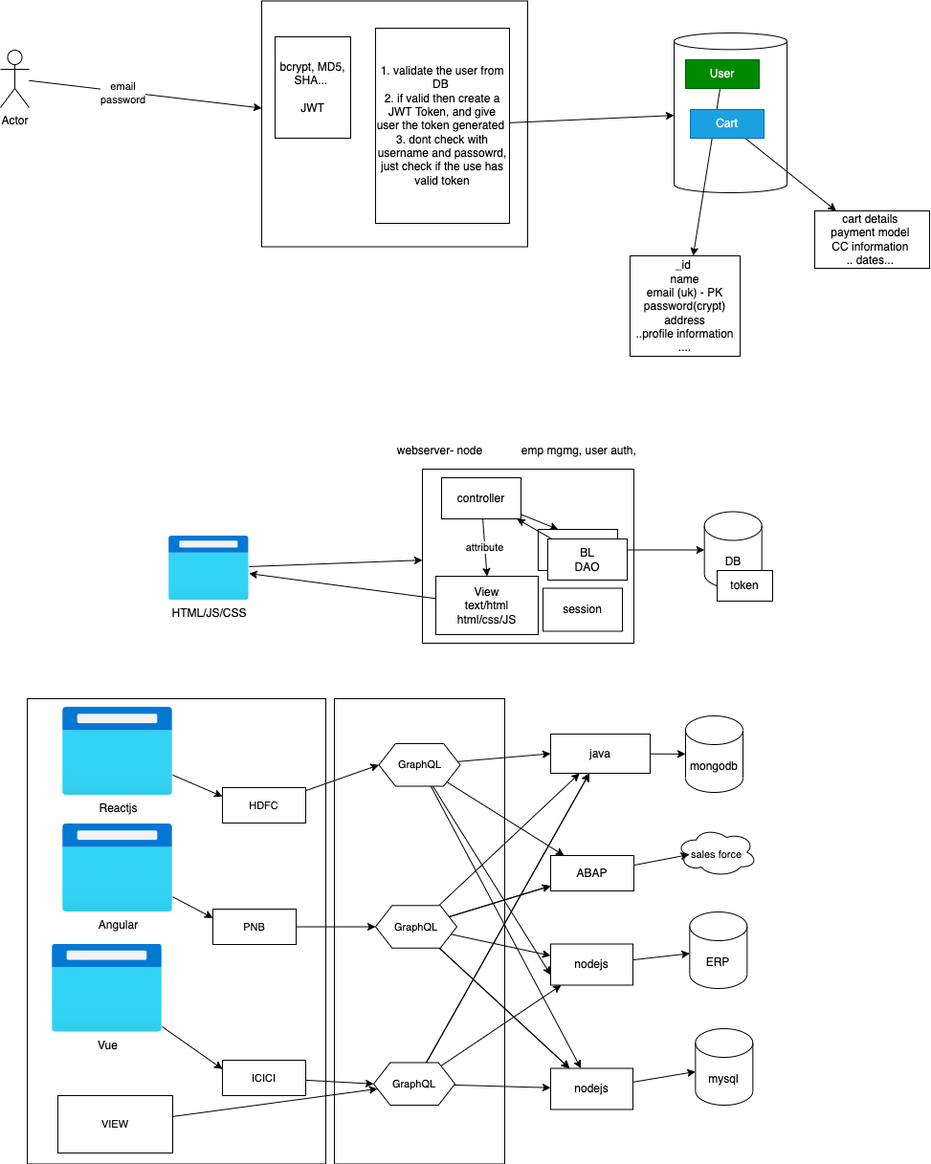
adithnaveen/2022-sapient-react-node-graphql keeps this draw.io diagram as images/day7-drawio.png. Above is the earlier version. Source tidied: cells renumbered, new cells last; positions are measured from the earlier drawing's top-left corner, leaving out a move shared by most shapes.
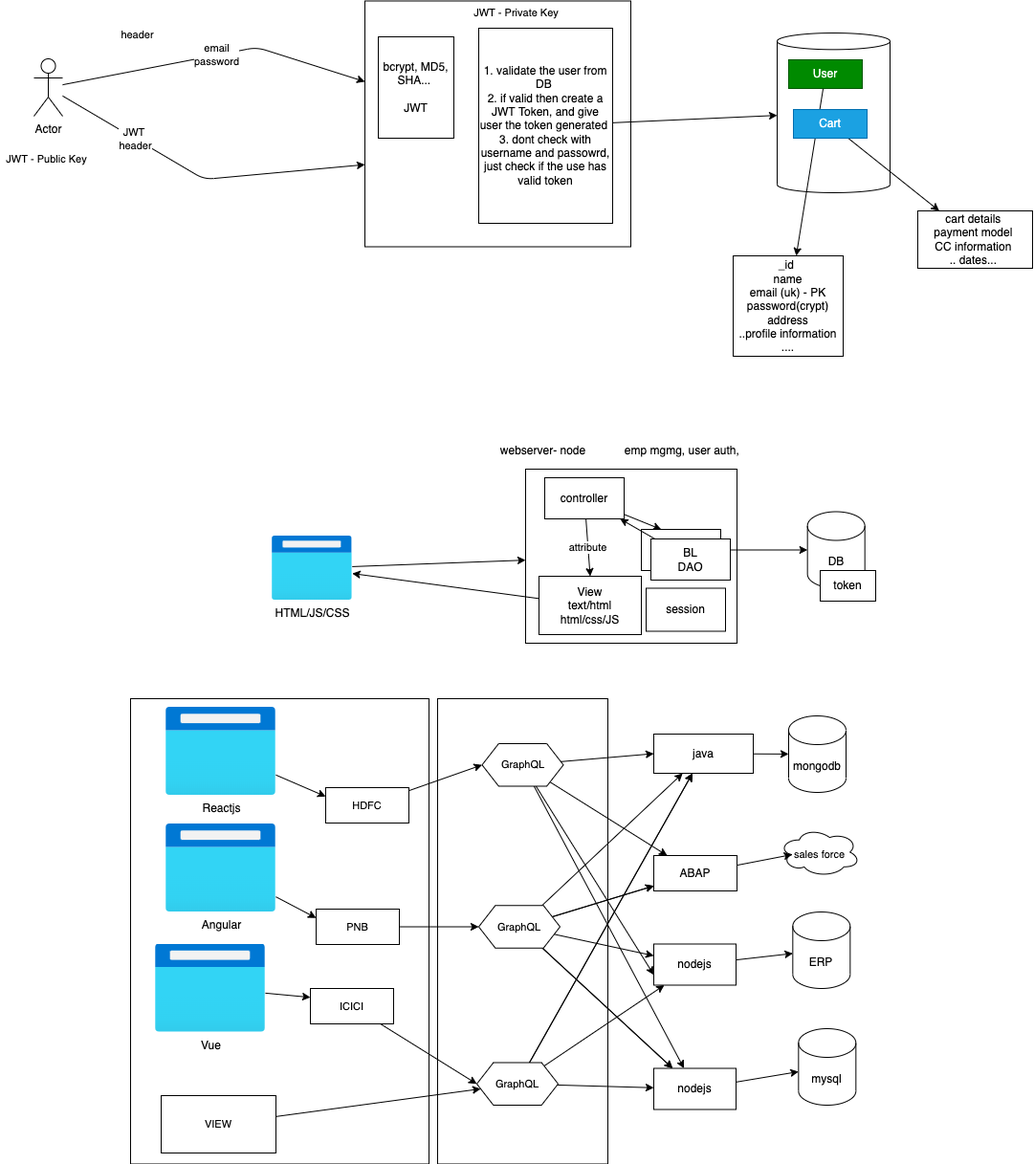
Later version of the same file.

The edit, as a diff of the source:
```diff
@@ -36,13 +36,34 @@
       <mxGeometry x="287" y="37" width="79" height="106" as="geometry" />
     </mxCell>
     <mxCell id="13" style="edgeStyle=none;html=1;" parent="1" edge="1" source="15" target="11">
-      <mxGeometry relative="1" as="geometry" />
+      <mxGeometry relative="1" as="geometry">
+        <Array as="points">
+          <mxPoint x="160" y="48" />
+        </Array>
+      </mxGeometry>
     </mxCell>
     <mxCell id="14" value="email&lt;br&gt;password" style="edgeLabel;html=1;align=center;verticalAlign=middle;" parent="13" vertex="1">
-      <mxGeometry x="-0.2" y="-1" relative="1" as="geometry" />
+      <mxGeometry x="-0.2" y="-1" relative="1" as="geometry">
+        <mxPoint x="32" y="-8" as="offset" />
+      </mxGeometry>
     </mxCell>
+    <mxCell id="78" value="header" style="edgeLabel;html=1;align=center;verticalAlign=middle;fontSize=11;" parent="13" vertex="1">
+      <mxGeometry x="-0.53" y="-1" relative="1" as="geometry">
+        <mxPoint x="3" y="-39" as="offset" />
+      </mxGeometry>
+    </mxCell>
+    <mxCell id="79" style="edgeStyle=none;html=1;entryX=0;entryY=0.666;entryDx=0;entryDy=0;entryPerimeter=0;fontSize=11;" parent="1" edge="1" source="15" target="11">
+      <mxGeometry relative="1" as="geometry">
+        <Array as="points">
+          <mxPoint x="105" y="186" />
+        </Array>
+      </mxGeometry>
+    </mxCell>
+    <mxCell id="80" value="JWT&amp;nbsp;&lt;br&gt;header" style="edgeLabel;html=1;align=center;verticalAlign=middle;fontSize=11;" parent="79" vertex="1">
+      <mxGeometry x="-0.48" relative="1" as="geometry" />
+    </mxCell>
     <mxCell id="15" value="Actor" style="shape=umlActor;verticalLabelPosition=bottom;verticalAlign=top;html=1;outlineConnect=0;" parent="1" vertex="1">
-      <mxGeometry y="51" width="30" height="60" as="geometry" />
+      <mxGeometry x="-73" y="60" width="30" height="60" as="geometry" />
     </mxCell>
     <mxCell id="16" style="edgeStyle=none;html=1;" parent="1" edge="1" source="17" target="4">
       <mxGeometry relative="1" as="geometry" />
@@ -222,7 +243,7 @@
       <mxGeometry relative="1" as="geometry" />
     </mxCell>
     <mxCell id="75" value="ICICI" style="rounded=0;whiteSpace=wrap;html=1;fontSize=11;" parent="1" vertex="1">
-      <mxGeometry x="232" y="1107" width="87" height="37" as="geometry" />
+      <mxGeometry x="216" y="1032" width="87" height="37" as="geometry" />
     </mxCell>
     <mxCell id="76" style="edgeStyle=none;html=1;fontSize=11;" parent="1" edge="1" source="77" target="73">
       <mxGeometry relative="1" as="geometry" />
@@ -230,5 +251,11 @@
     <mxCell id="77" value="VIEW" style="rounded=0;whiteSpace=wrap;html=1;fontSize=11;" parent="1" vertex="1">
       <mxGeometry x="60" y="1144" width="120" height="60" as="geometry" />
     </mxCell>
+    <mxCell id="81" value="JWT - Public Key" style="text;html=1;align=center;verticalAlign=middle;strokeColor=none;fillColor=none;fontSize=11;" parent="1" vertex="1">
+      <mxGeometry x="-108" y="156" width="95" height="17" as="geometry" />
+    </mxCell>
+    <mxCell id="82" value="JWT - Private Key" style="text;html=1;align=center;verticalAlign=middle;strokeColor=none;fillColor=none;fontSize=11;" parent="1" vertex="1">
+      <mxGeometry x="381.5" y="3" width="99" height="17" as="geometry" />
+    </mxCell>
   </root>
 </mxGraphModel>
```
